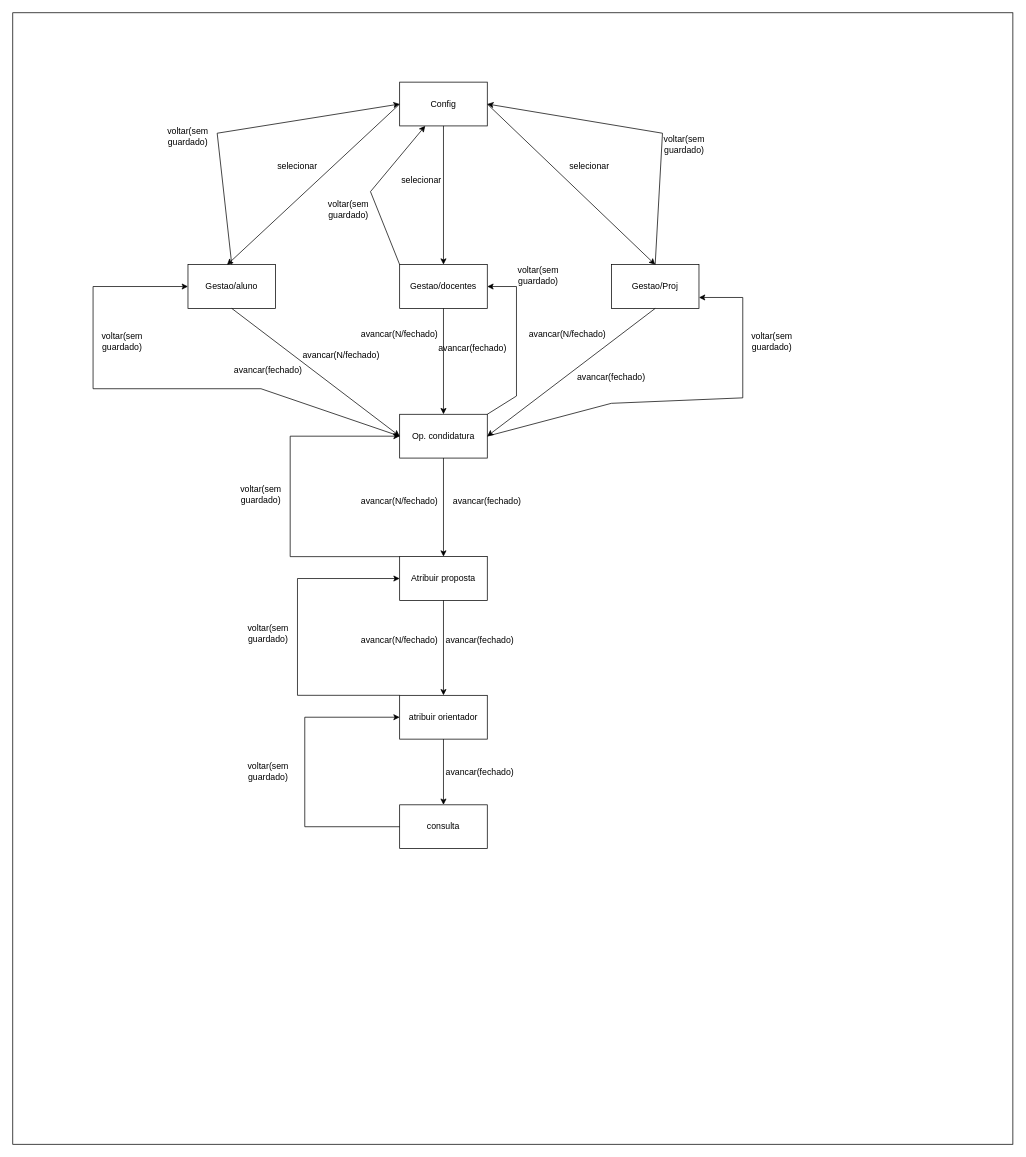
Earlier version of the draw.io diagram Resources/FSM.drawio (AngeloGSilva/PA_TP_2022). Source tidied: cells renumbered, new cells numbered last; positions are measured from the earlier drawing's top-left corner, leaving out a move shared by most shapes. Both pictures are drawn from the tidied source at 73%, with x=0, y=0 at pixel (12, 12).
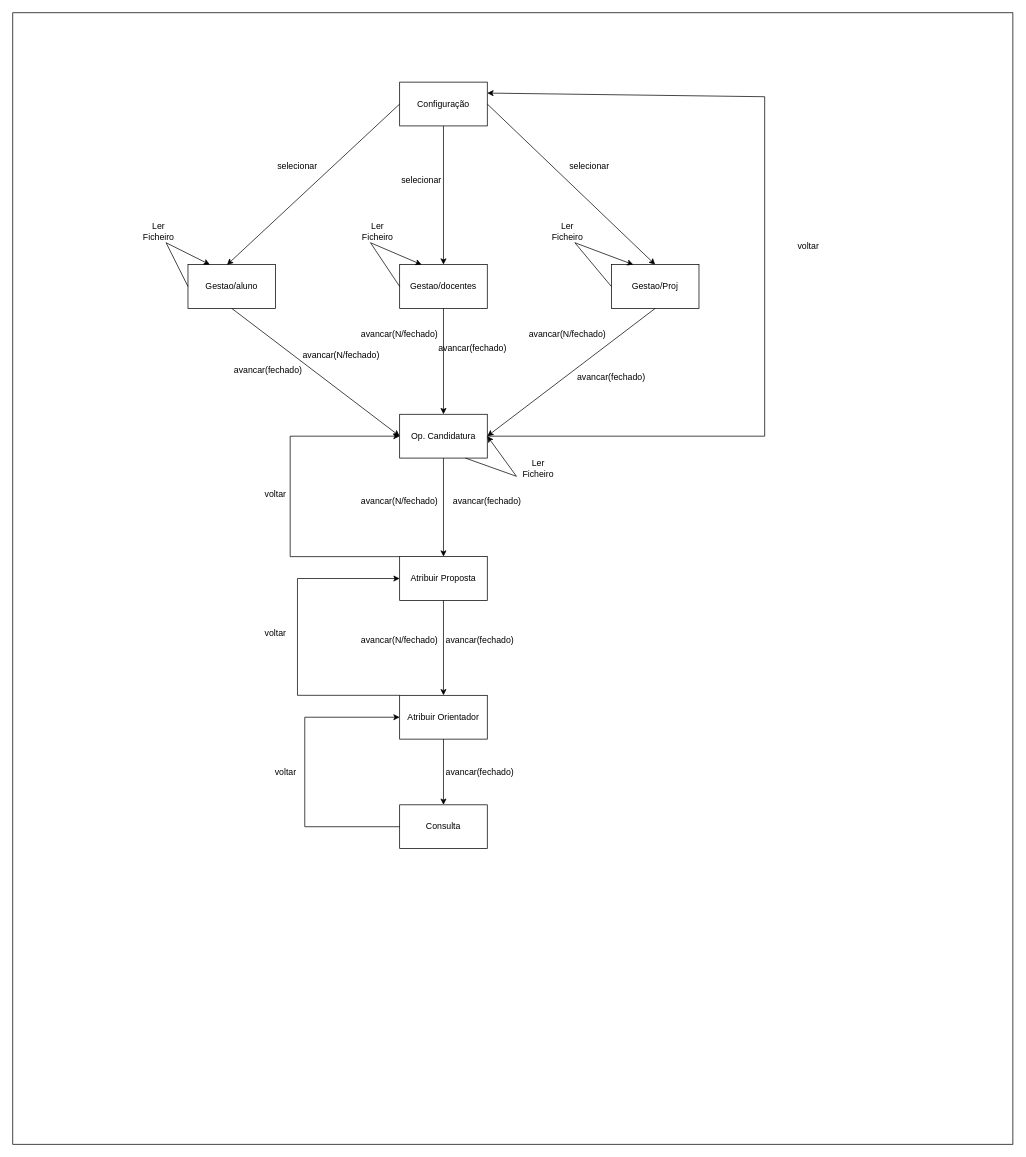
The same diagram, later.

Unchanged cells that the change refers to:
```xml
<mxCell id="4" value="Gestao/aluno" style="rounded=0;whiteSpace=wrap;html=1;" parent="1" vertex="1">
  <mxGeometry x="240" y="345" width="120" height="60" as="geometry" />
</mxCell>
<mxCell id="7" value="Gestao/Proj" style="rounded=0;whiteSpace=wrap;html=1;" parent="1" vertex="1">
  <mxGeometry x="820" y="345" width="120" height="60" as="geometry" />
</mxCell>
<mxCell id="9" value="Gestao/docentes" style="rounded=0;whiteSpace=wrap;html=1;" parent="1" vertex="1">
  <mxGeometry x="530" y="345" width="120" height="60" as="geometry" />
</mxCell>
```

What changed in the source:
```diff
@@
-    <mxCell id="3" value="Config" style="rounded=0;whiteSpace=wrap;html=1;" parent="1" vertex="1">
+    <mxCell id="3" value="Configuração" style="rounded=0;whiteSpace=wrap;html=1;" parent="1" vertex="1">
       <mxGeometry x="530" y="95" width="120" height="60" as="geometry" />
     </mxCell>
@@
-    <mxCell id="5" value="Op. condidatura" style="rounded=0;whiteSpace=wrap;html=1;" parent="1" vertex="1">
+    <mxCell id="5" value="Op. Candidatura" style="rounded=0;whiteSpace=wrap;html=1;" parent="1" vertex="1">
       <mxGeometry x="530" y="550" width="120" height="60" as="geometry" />
     </mxCell>
-    <mxCell id="6" value="Atribuir proposta" style="rounded=0;whiteSpace=wrap;html=1;" parent="1" vertex="1">
+    <mxCell id="6" value="Atribuir Proposta" style="rounded=0;whiteSpace=wrap;html=1;" parent="1" vertex="1">
       <mxGeometry x="530" y="745" width="120" height="60" as="geometry" />
     </mxCell>
@@
-    <mxCell id="8" value="atribuir orientador" style="rounded=0;whiteSpace=wrap;html=1;" parent="1" vertex="1">
+    <mxCell id="8" value="Atribuir Orientador" style="rounded=0;whiteSpace=wrap;html=1;" parent="1" vertex="1">
       <mxGeometry x="530" y="935" width="120" height="60" as="geometry" />
     </mxCell>
@@
-    <mxCell id="10" value="consulta" style="rounded=0;whiteSpace=wrap;html=1;" parent="1" vertex="1">
+    <mxCell id="10" value="Consulta" style="rounded=0;whiteSpace=wrap;html=1;" parent="1" vertex="1">
       <mxGeometry x="530" y="1085" width="120" height="60" as="geometry" />
     </mxCell>
@@
-    <mxCell id="37" style="endArrow=classic;html=1;rounded=0;entryX=0;entryY=0.5;entryDx=0;entryDy=0;exitX=0;exitY=0.5;exitDx=0;exitDy=0;" parent="1" edge="1" source="5" target="4">
-      <mxGeometry relative="1" as="geometry">
-        <Array as="points">
-          <mxPoint x="340" y="515" />
-          <mxPoint x="110" y="515" />
-          <mxPoint x="110" y="375" />
-        </Array>
-      </mxGeometry>
-    </mxCell>
-    <mxCell id="38" style="endArrow=classic;html=1;rounded=0;entryX=1;entryY=0.75;entryDx=0;entryDy=0;exitX=1;exitY=0.5;exitDx=0;exitDy=0;" parent="1" edge="1" source="5" target="7">
-      <mxGeometry relative="1" as="geometry">
-        <Array as="points">
-          <mxPoint x="820" y="535" />
-          <mxPoint x="1000" y="527.5" />
-          <mxPoint x="1000" y="390" />
-        </Array>
-      </mxGeometry>
-    </mxCell>
-    <mxCell id="39" style="endArrow=classic;html=1;rounded=0;entryX=1;entryY=0.5;entryDx=0;entryDy=0;exitX=1;exitY=0;exitDx=0;exitDy=0;" parent="1" edge="1" source="5" target="9">
-      <mxGeometry relative="1" as="geometry">
-        <Array as="points">
-          <mxPoint x="690" y="525" />
-          <mxPoint x="690" y="375" />
-        </Array>
-      </mxGeometry>
-    </mxCell>
-    <mxCell id="40" style="endArrow=classic;html=1;rounded=0;exitX=0;exitY=0;exitDx=0;exitDy=0;" parent="1" edge="1" source="9" target="3">
-      <mxGeometry relative="1" as="geometry">
-        <Array as="points">
-          <mxPoint x="490" y="245" />
-        </Array>
-      </mxGeometry>
-    </mxCell>
-    <mxCell id="41" style="endArrow=classic;html=1;rounded=0;entryX=0;entryY=0.5;entryDx=0;entryDy=0;" parent="1" edge="1" target="3">
-      <mxGeometry relative="1" as="geometry">
-        <mxPoint x="300" y="345" as="sourcePoint" />
-        <Array as="points">
-          <mxPoint x="280" y="165" />
-        </Array>
-      </mxGeometry>
-    </mxCell>
-    <mxCell id="42" style="endArrow=classic;html=1;rounded=0;entryX=1;entryY=0.5;entryDx=0;entryDy=0;exitX=0.5;exitY=0;exitDx=0;exitDy=0;" parent="1" edge="1" source="7" target="3">
-      <mxGeometry relative="1" as="geometry">
-        <Array as="points">
-          <mxPoint x="890" y="165" />
-        </Array>
-      </mxGeometry>
-    </mxCell>
-    <mxCell id="43" value="voltar(sem guardado)" style="text;html=1;strokeColor=none;fillColor=none;align=center;verticalAlign=middle;whiteSpace=wrap;rounded=0;" parent="1" vertex="1">
-      <mxGeometry x="890" y="165" width="60" height="30" as="geometry" />
-    </mxCell>
-    <mxCell id="44" value="voltar(sem guardado)" style="text;html=1;strokeColor=none;fillColor=none;align=center;verticalAlign=middle;whiteSpace=wrap;rounded=0;" parent="1" vertex="1">
-      <mxGeometry x="430" y="255" width="60" height="30" as="geometry" />
-    </mxCell>
-    <mxCell id="45" value="voltar(sem guardado)" style="text;html=1;strokeColor=none;fillColor=none;align=center;verticalAlign=middle;whiteSpace=wrap;rounded=0;" parent="1" vertex="1">
-      <mxGeometry x="210" y="155" width="60" height="30" as="geometry" />
-    </mxCell>
-    <mxCell id="46" value="voltar(sem guardado)" style="text;html=1;strokeColor=none;fillColor=none;align=center;verticalAlign=middle;whiteSpace=wrap;rounded=0;" parent="1" vertex="1">
-      <mxGeometry x="120" y="435" width="60" height="30" as="geometry" />
-    </mxCell>
-    <mxCell id="47" value="voltar(sem guardado)" style="text;html=1;strokeColor=none;fillColor=none;align=center;verticalAlign=middle;whiteSpace=wrap;rounded=0;" parent="1" vertex="1">
-      <mxGeometry x="690" y="345" width="60" height="30" as="geometry" />
-    </mxCell>
-    <mxCell id="48" value="voltar(sem guardado)" style="text;html=1;strokeColor=none;fillColor=none;align=center;verticalAlign=middle;whiteSpace=wrap;rounded=0;" parent="1" vertex="1">
-      <mxGeometry x="1010" y="435" width="60" height="30" as="geometry" />
-    </mxCell>
-    <mxCell id="49" value="voltar(sem guardado)" style="text;html=1;strokeColor=none;fillColor=none;align=center;verticalAlign=middle;whiteSpace=wrap;rounded=0;" parent="1" vertex="1">
-      <mxGeometry x="310" y="645" width="60" height="30" as="geometry" />
+    <mxCell id="49" value="voltar" style="text;html=1;strokeColor=none;fillColor=none;align=center;verticalAlign=middle;whiteSpace=wrap;rounded=0;" parent="1" vertex="1">
+      <mxGeometry x="330" y="645" width="60" height="30" as="geometry" />
     </mxCell>
-    <mxCell id="50" value="voltar(sem guardado)" style="text;html=1;strokeColor=none;fillColor=none;align=center;verticalAlign=middle;whiteSpace=wrap;rounded=0;" parent="1" vertex="1">
-      <mxGeometry x="320" y="835" width="60" height="30" as="geometry" />
+    <mxCell id="50" value="voltar" style="text;html=1;strokeColor=none;fillColor=none;align=center;verticalAlign=middle;whiteSpace=wrap;rounded=0;" parent="1" vertex="1">
+      <mxGeometry x="330" y="835" width="60" height="30" as="geometry" />
     </mxCell>
-    <mxCell id="51" value="voltar(sem guardado)" style="text;html=1;strokeColor=none;fillColor=none;align=center;verticalAlign=middle;whiteSpace=wrap;rounded=0;" parent="1" vertex="1">
-      <mxGeometry x="320" y="1025" width="60" height="30" as="geometry" />
+    <mxCell id="51" value="voltar" style="text;html=1;strokeColor=none;fillColor=none;align=center;verticalAlign=middle;whiteSpace=wrap;rounded=0;" parent="1" vertex="1">
+      <mxGeometry x="344" y="1025" width="60" height="30" as="geometry" />
     </mxCell>
+    <mxCell id="52" style="endArrow=classic;html=1;rounded=0;exitX=1;exitY=0.5;exitDx=0;exitDy=0;entryX=1;entryY=0.25;entryDx=0;entryDy=0;" parent="1" edge="1" source="5" target="3">
+      <mxGeometry relative="1" as="geometry">
+        <Array as="points">
+          <mxPoint x="1030" y="580" />
+          <mxPoint x="1030" y="115" />
+        </Array>
+      </mxGeometry>
+    </mxCell>
+    <mxCell id="53" value="voltar" style="text;html=1;strokeColor=none;fillColor=none;align=center;verticalAlign=middle;whiteSpace=wrap;rounded=0;" parent="1" vertex="1">
+      <mxGeometry x="1060" y="305" width="60" height="30" as="geometry" />
+    </mxCell>
+    <mxCell id="54" style="endArrow=classic;html=1;rounded=0;exitX=0;exitY=0.5;exitDx=0;exitDy=0;entryX=0.25;entryY=0;entryDx=0;entryDy=0;" parent="1" edge="1" source="4" target="4">
+      <mxGeometry relative="1" as="geometry">
+        <Array as="points">
+          <mxPoint x="210" y="315" />
+        </Array>
+      </mxGeometry>
+    </mxCell>
+    <mxCell id="55" value="Ler Ficheiro" style="text;html=1;strokeColor=none;fillColor=none;align=center;verticalAlign=middle;whiteSpace=wrap;rounded=0;" parent="1" vertex="1">
+      <mxGeometry x="170" y="285" width="60" height="30" as="geometry" />
+    </mxCell>
+    <mxCell id="56" style="endArrow=classic;html=1;rounded=0;exitX=0;exitY=0.5;exitDx=0;exitDy=0;entryX=0.25;entryY=0;entryDx=0;entryDy=0;" parent="1" edge="1" source="9" target="9">
+      <mxGeometry relative="1" as="geometry">
+        <Array as="points">
+          <mxPoint x="490" y="315" />
+        </Array>
+      </mxGeometry>
+    </mxCell>
+    <mxCell id="57" value="Ler Ficheiro" style="text;html=1;strokeColor=none;fillColor=none;align=center;verticalAlign=middle;whiteSpace=wrap;rounded=0;" parent="1" vertex="1">
+      <mxGeometry x="470" y="285" width="60" height="30" as="geometry" />
+    </mxCell>
+    <mxCell id="58" style="endArrow=classic;html=1;rounded=0;exitX=0;exitY=0.5;exitDx=0;exitDy=0;entryX=0.25;entryY=0;entryDx=0;entryDy=0;" parent="1" edge="1" source="7" target="7">
+      <mxGeometry relative="1" as="geometry">
+        <Array as="points">
+          <mxPoint x="770" y="315" />
+        </Array>
+      </mxGeometry>
+    </mxCell>
+    <mxCell id="59" value="Ler Ficheiro" style="text;html=1;strokeColor=none;fillColor=none;align=center;verticalAlign=middle;whiteSpace=wrap;rounded=0;" parent="1" vertex="1">
+      <mxGeometry x="730" y="285" width="60" height="30" as="geometry" />
+    </mxCell>
+    <mxCell id="60" style="endArrow=classic;html=1;rounded=0;exitX=0.75;exitY=1;exitDx=0;exitDy=0;entryX=1;entryY=0.5;entryDx=0;entryDy=0;" parent="1" edge="1" source="5" target="5">
+      <mxGeometry relative="1" as="geometry">
+        <Array as="points">
+          <mxPoint x="690" y="635" />
+        </Array>
+      </mxGeometry>
+    </mxCell>
+    <mxCell id="61" value="Ler Ficheiro" style="text;html=1;strokeColor=none;fillColor=none;align=center;verticalAlign=middle;whiteSpace=wrap;rounded=0;" parent="1" vertex="1">
+      <mxGeometry x="690" y="610" width="60" height="30" as="geometry" />
+    </mxCell>
```
